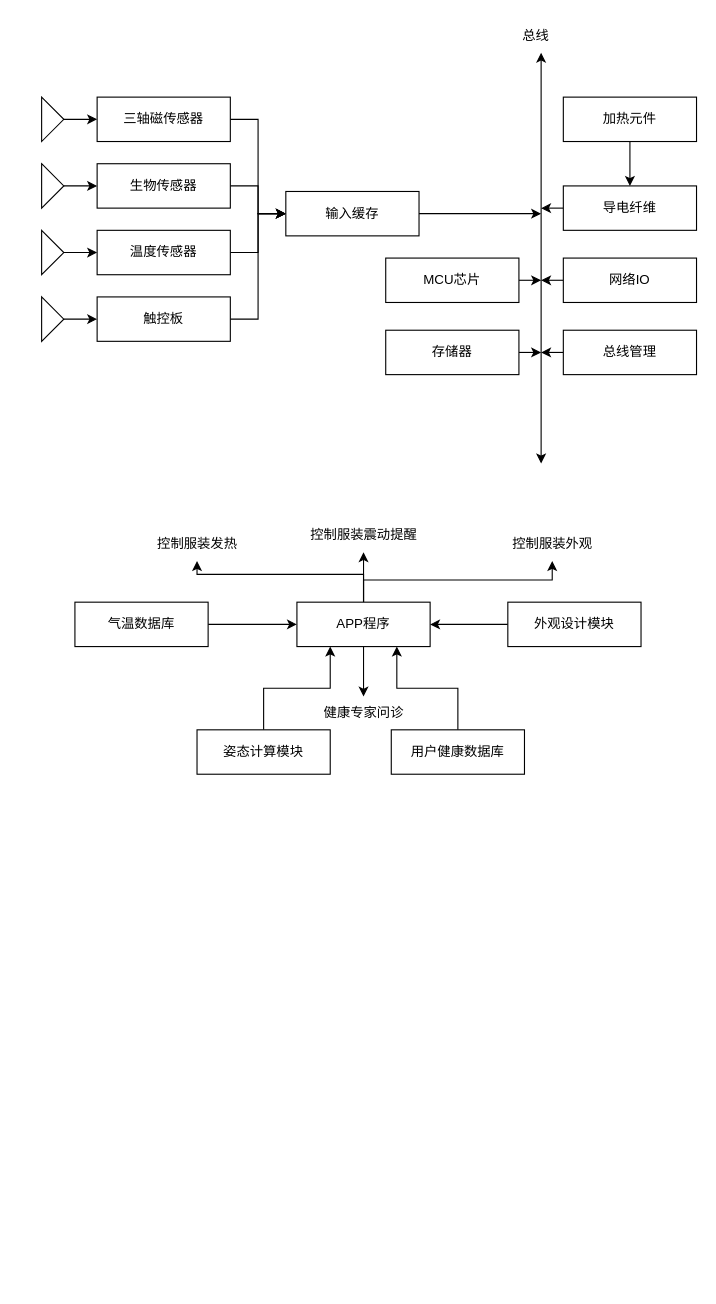
lar0129/draw.io keeps this draw.io diagram as 嵌入式hw1.drawio. Above is the earlier version. Source tidied: cells renumbered, new cells numbered last; positions are measured from the earlier drawing's top-left corner, leaving out a move shared by most shapes. Both pictures are drawn from the tidied source at 111%, with x=0, y=0 at pixel (41, 19).
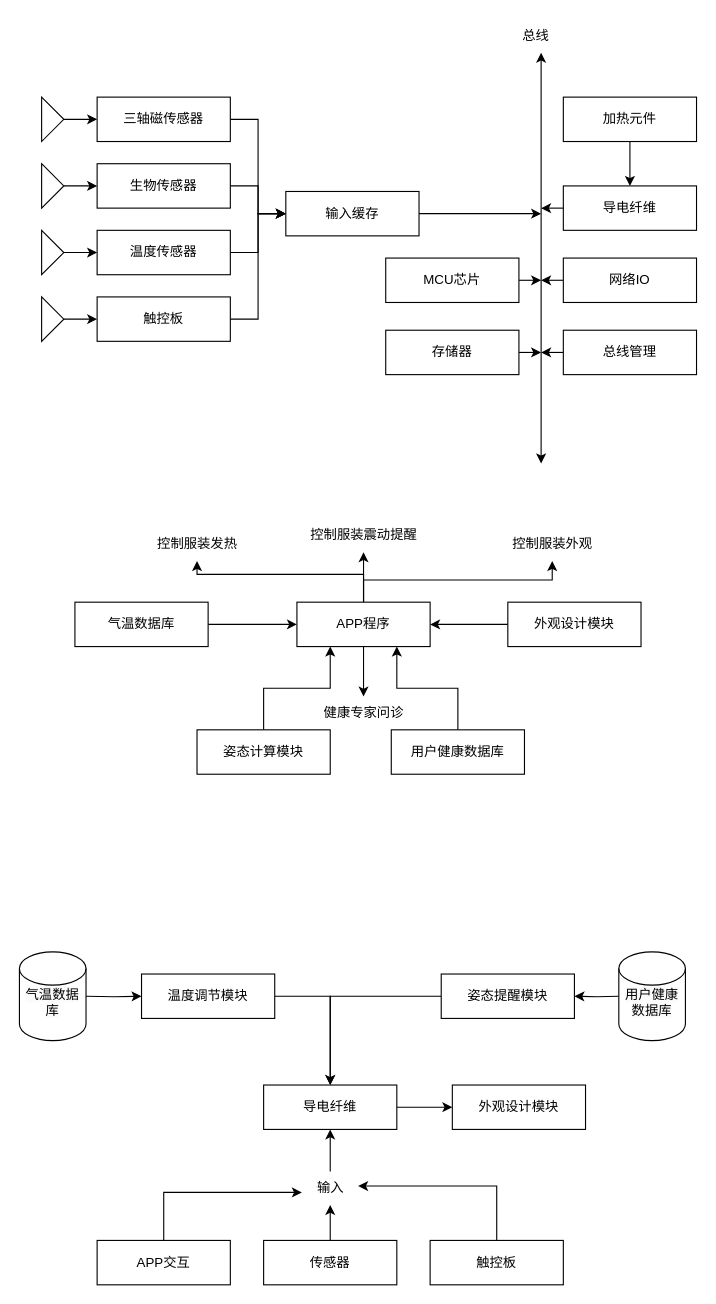
The same page after the edit.

Commit message (it also covers changes not shown here):
更新嵌入式hw1.drawio

The edit, as a diff of the source:
```diff
@@
+    <mxCell id="51" value="APP交互" style="rounded=0;whiteSpace=wrap;html=1;" parent="1" vertex="1">
+      <mxGeometry x="50" y="1100" width="120" height="40" as="geometry" />
+    </mxCell>
+    <mxCell id="52" value="&lt;p class=&quot;MsoNormal&quot;&gt;触控板&lt;/p&gt;" style="rounded=0;whiteSpace=wrap;html=1;" parent="1" vertex="1">
+      <mxGeometry x="350" y="1100" width="120" height="40" as="geometry" />
+    </mxCell>
+    <mxCell id="53" style="edgeStyle=orthogonalEdgeStyle;rounded=0;jettySize=auto;html=1;" parent="1" edge="1" source="54" target="62">
+      <mxGeometry relative="1" as="geometry" />
+    </mxCell>
+    <mxCell id="54" value="输入" style="text;html=1;align=center;verticalAlign=middle;points=[];strokeColor=none;fillColor=none;" parent="1" vertex="1">
+      <mxGeometry x="235" y="1038" width="50" height="30" as="geometry" />
+    </mxCell>
+    <mxCell id="55" style="edgeStyle=orthogonalEdgeStyle;rounded=0;jettySize=auto;html=1;entryX=0.5;entryY=0;entryDx=0;entryDy=0;" parent="1" edge="1" source="56" target="62">
+      <mxGeometry relative="1" as="geometry">
+        <Array as="points">
+          <mxPoint x="260" y="880" />
+        </Array>
+      </mxGeometry>
+    </mxCell>
+    <mxCell id="56" value="温度调节模块" style="rounded=0;whiteSpace=wrap;html=1;" parent="1" vertex="1">
+      <mxGeometry x="90" y="860" width="120" height="40" as="geometry" />
+    </mxCell>
+    <mxCell id="57" style="edgeStyle=orthogonalEdgeStyle;rounded=0;jettySize=auto;html=1;" parent="1" edge="1" source="58" target="54">
+      <mxGeometry relative="1" as="geometry" />
+    </mxCell>
+    <mxCell id="58" value="传感器" style="rounded=0;whiteSpace=wrap;html=1;" parent="1" vertex="1">
+      <mxGeometry x="200" y="1100" width="120" height="40" as="geometry" />
+    </mxCell>
+    <mxCell id="59" style="edgeStyle=orthogonalEdgeStyle;rounded=0;jettySize=auto;html=1;entryX=1.003;entryY=0.433;entryDx=0;entryDy=0;entryPerimeter=0;exitX=0.5;exitY=0;exitDx=0;exitDy=0;" parent="1" edge="1" source="52" target="54">
+      <mxGeometry relative="1" as="geometry" />
+    </mxCell>
+    <mxCell id="60" style="edgeStyle=orthogonalEdgeStyle;rounded=0;jettySize=auto;html=1;entryX=-0.011;entryY=0.624;entryDx=0;entryDy=0;entryPerimeter=0;exitX=0.5;exitY=0;exitDx=0;exitDy=0;" parent="1" edge="1" source="51" target="54">
+      <mxGeometry relative="1" as="geometry" />
+    </mxCell>
+    <mxCell id="61" style="edgeStyle=orthogonalEdgeStyle;rounded=0;jettySize=auto;html=1;entryX=0;entryY=0.5;entryDx=0;entryDy=0;" parent="1" edge="1" source="62" target="63">
+      <mxGeometry relative="1" as="geometry" />
+    </mxCell>
+    <mxCell id="62" value="导电纤维" style="rounded=0;whiteSpace=wrap;html=1;" parent="1" vertex="1">
+      <mxGeometry x="200" y="960" width="120" height="40" as="geometry" />
+    </mxCell>
+    <mxCell id="63" value="外观设计模块" style="rounded=0;whiteSpace=wrap;html=1;" parent="1" vertex="1">
+      <mxGeometry x="370" y="960" width="120" height="40" as="geometry" />
+    </mxCell>
+    <mxCell id="64" style="edgeStyle=orthogonalEdgeStyle;rounded=0;jettySize=auto;html=1;entryX=0.5;entryY=0;entryDx=0;entryDy=0;" parent="1" edge="1" source="65" target="62">
+      <mxGeometry relative="1" as="geometry" />
+    </mxCell>
+    <mxCell id="65" value="姿态提醒模块" style="rounded=0;whiteSpace=wrap;html=1;" parent="1" vertex="1">
+      <mxGeometry x="360" y="860" width="120" height="40" as="geometry" />
+    </mxCell>
+    <mxCell id="66" style="edgeStyle=orthogonalEdgeStyle;rounded=0;jettySize=auto;html=1;entryX=1;entryY=0.5;entryDx=0;entryDy=0;" parent="1" edge="1" target="65">
+      <mxGeometry relative="1" as="geometry">
+        <mxPoint x="520" y="880" as="sourcePoint" />
+      </mxGeometry>
+    </mxCell>
+    <mxCell id="67" style="edgeStyle=orthogonalEdgeStyle;rounded=0;jettySize=auto;html=1;entryX=0;entryY=0.5;entryDx=0;entryDy=0;" parent="1" edge="1" target="56">
+      <mxGeometry relative="1" as="geometry">
+        <mxPoint x="40" y="880" as="sourcePoint" />
+      </mxGeometry>
+    </mxCell>
+    <mxCell id="68" value="&#10;&lt;span style=&quot;color: rgb(0, 0, 0); font-family: Helvetica; font-size: 12px; font-style: normal; font-variant-ligatures: normal; font-variant-caps: normal; font-weight: 400; letter-spacing: normal; orphans: 2; text-align: center; text-indent: 0px; text-transform: none; widows: 2; word-spacing: 0px; -webkit-text-stroke-width: 0px; background-color: rgb(251, 251, 251); text-decoration-thickness: initial; text-decoration-style: initial; text-decoration-color: initial; float: none; display: inline !important;&quot;&gt;气温数据库&lt;/span&gt;&#10;&#10;" style="shape=cylinder3;whiteSpace=wrap;html=1;boundedLbl=1;backgroundOutline=1;size=15;" parent="1" vertex="1">
+      <mxGeometry x="-20" y="840" width="60" height="80" as="geometry" />
+    </mxCell>
+    <mxCell id="69" value="&#10;&lt;span style=&quot;color: rgb(0, 0, 0); font-family: Helvetica; font-size: 12px; font-style: normal; font-variant-ligatures: normal; font-variant-caps: normal; font-weight: 400; letter-spacing: normal; orphans: 2; text-align: center; text-indent: 0px; text-transform: none; widows: 2; word-spacing: 0px; -webkit-text-stroke-width: 0px; background-color: rgb(251, 251, 251); text-decoration-thickness: initial; text-decoration-style: initial; text-decoration-color: initial; float: none; display: inline !important;&quot;&gt;用户健康数据库&lt;/span&gt;&#10;&#10;" style="shape=cylinder3;whiteSpace=wrap;html=1;boundedLbl=1;backgroundOutline=1;size=15;" parent="1" vertex="1">
+      <mxGeometry x="520" y="840" width="60" height="80" as="geometry" />
+    </mxCell>
```
